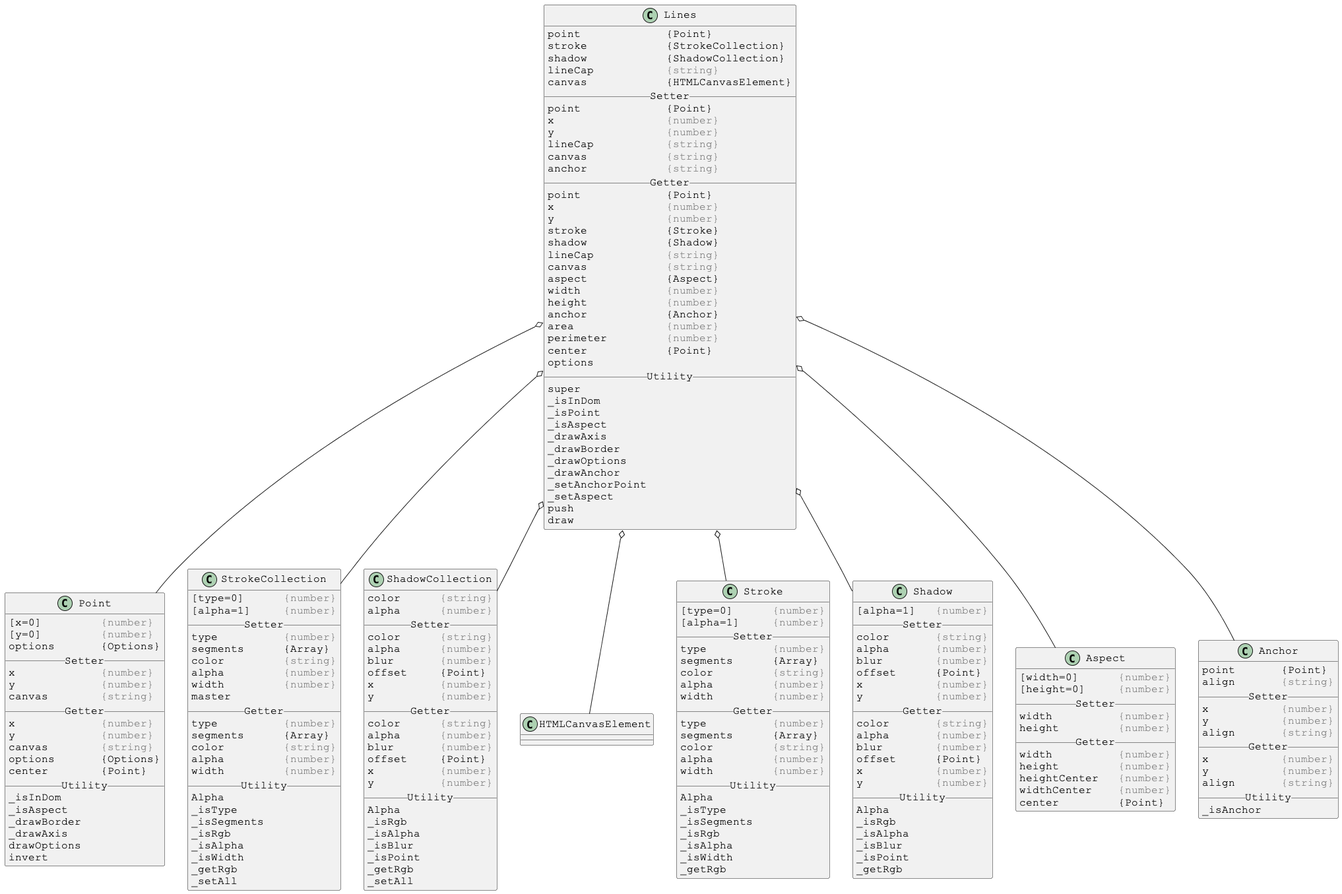
Justin-Byrne/canvasLab keeps this PlantUML diagram as docs/PlantUml/images/linked/Lines-linked.png. Above is the earlier version.
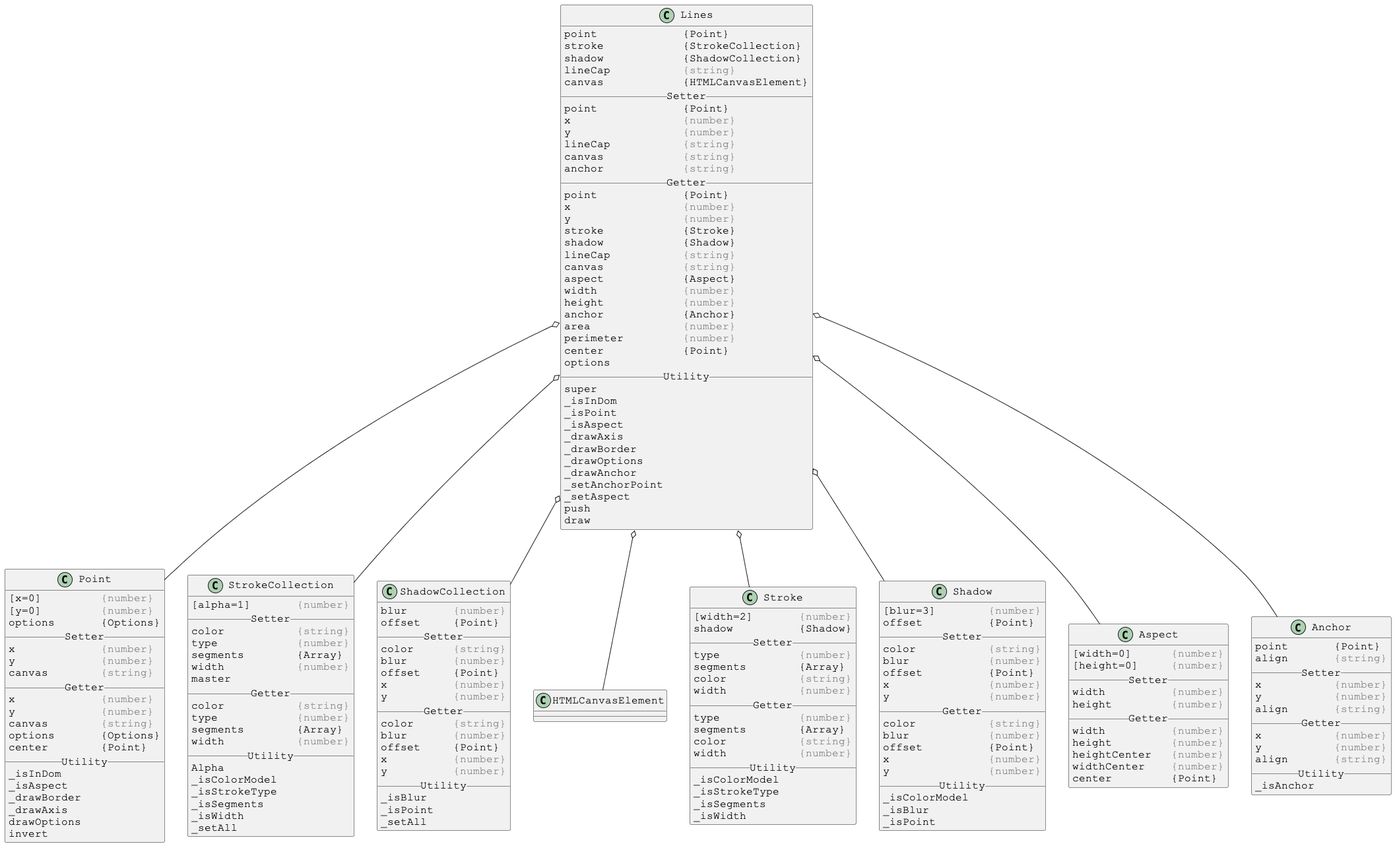
The same file after the commit.

Diff of the diagram source:
```diff
@@ -90,29 +90,24 @@
 skinparam DefaultFontName Courier New
 
 class StrokeCollection {
-[type=0]      <color:gray>{number}</color>
-[alpha=1]     <color:gray>{number}</color>
+[alpha=1]       <color:gray>{number}</color>
 __ Setter __
-type          <color:gray>{number}</color>
-segments      {Array}
-color         <color:gray>{string}</color>
-alpha         <color:gray>{number}</color>
-width         <color:gray>{number}</color>
+color           <color:gray>{string}</color>
+type            <color:gray>{number}</color>
+segments        {Array}
+width           <color:gray>{number}</color>
 master
 __ Getter __
-type          <color:gray>{number}</color>
-segments      {Array}
-color         <color:gray>{string}</color>
-alpha         <color:gray>{number}</color>
-width         <color:gray>{number}</color>
+color           <color:gray>{string}</color>
+type            <color:gray>{number}</color>
+segments        {Array}
+width           <color:gray>{number}</color>
 __ Utility __
 Alpha
-_isType
+_isColorModel
+_isStrokeType
 _isSegments
-_isRgb
-_isAlpha
 _isWidth
-_getRgb
 _setAll
 }
 
@@ -122,29 +117,23 @@
 skinparam DefaultFontName Courier New
 
 class ShadowCollection {
-color      <color:gray>{string}</color>
-alpha      <color:gray>{number}</color>
+blur       <color:gray>{number}</color>
+offset     {Point}
 __ Setter __
 color      <color:gray>{string}</color>
-alpha      <color:gray>{number}</color>
 blur       <color:gray>{number}</color>
 offset     {Point}
 x          <color:gray>{number}</color>
 y          <color:gray>{number}</color>
 __ Getter __
 color      <color:gray>{string}</color>
-alpha      <color:gray>{number}</color>
 blur       <color:gray>{number}</color>
 offset     {Point}
 x          <color:gray>{number}</color>
 y          <color:gray>{number}</color>
 __ Utility __
-Alpha
-_isRgb
-_isAlpha
 _isBlur
 _isPoint
-_getRgb
 _setAll
 }
 
@@ -154,28 +143,23 @@
 skinparam DefaultFontName Courier New
 
 class Stroke {
-[type=0]      <color:gray>{number}</color>
-[alpha=1]     <color:gray>{number}</color>
+[width=2]       <color:gray>{number}</color>
+shadow          {Shadow}
 __ Setter __
-type          <color:gray>{number}</color>
-segments      {Array}
-color         <color:gray>{string}</color>
-alpha         <color:gray>{number}</color>
-width         <color:gray>{number}</color>
+type            <color:gray>{number}</color>
+segments        {Array}
+color           <color:gray>{string}</color>
+width           <color:gray>{number}</color>
 __ Getter __
-type          <color:gray>{number}</color>
-segments      {Array}
-color         <color:gray>{string}</color>
-alpha         <color:gray>{number}</color>
-width         <color:gray>{number}</color>
+type            <color:gray>{number}</color>
+segments        {Array}
+color           <color:gray>{string}</color>
+width           <color:gray>{number}</color>
 __ Utility __
-Alpha
-_isType
+_isColorModel
+_isStrokeType
 _isSegments
-_isRgb
-_isAlpha
 _isWidth
-_getRgb
 }
 
 
@@ -184,28 +168,24 @@
 skinparam DefaultFontName Courier New
 
 class Shadow {
-[alpha=1]   <color:gray>{number}</color>
+[blur=3]        <color:gray>{number}</color>
+offset          {Point}
 __ Setter __
-color       <color:gray>{string}</color>
-alpha       <color:gray>{number}</color>
-blur        <color:gray>{number}</color>
-offset      {Point}
-x           <color:gray>{number}</color>
-y           <color:gray>{number}</color>
+color           <color:gray>{string}</color>
+blur            <color:gray>{number}</color>
+offset          {Point}
+x               <color:gray>{number}</color>
+y               <color:gray>{number}</color>
 __ Getter __
-color       <color:gray>{string}</color>
-alpha       <color:gray>{number}</color>
-blur        <color:gray>{number}</color>
-offset      {Point}
-x           <color:gray>{number}</color>
-y           <color:gray>{number}</color>
+color           <color:gray>{string}</color>
+blur            <color:gray>{number}</color>
+offset          {Point}
+x               <color:gray>{number}</color>
+y               <color:gray>{number}</color>
 __ Utility __
-Alpha
-_isRgb
-_isAlpha
+_isColorModel
 _isBlur
 _isPoint
-_getRgb
 }
 
 
```
